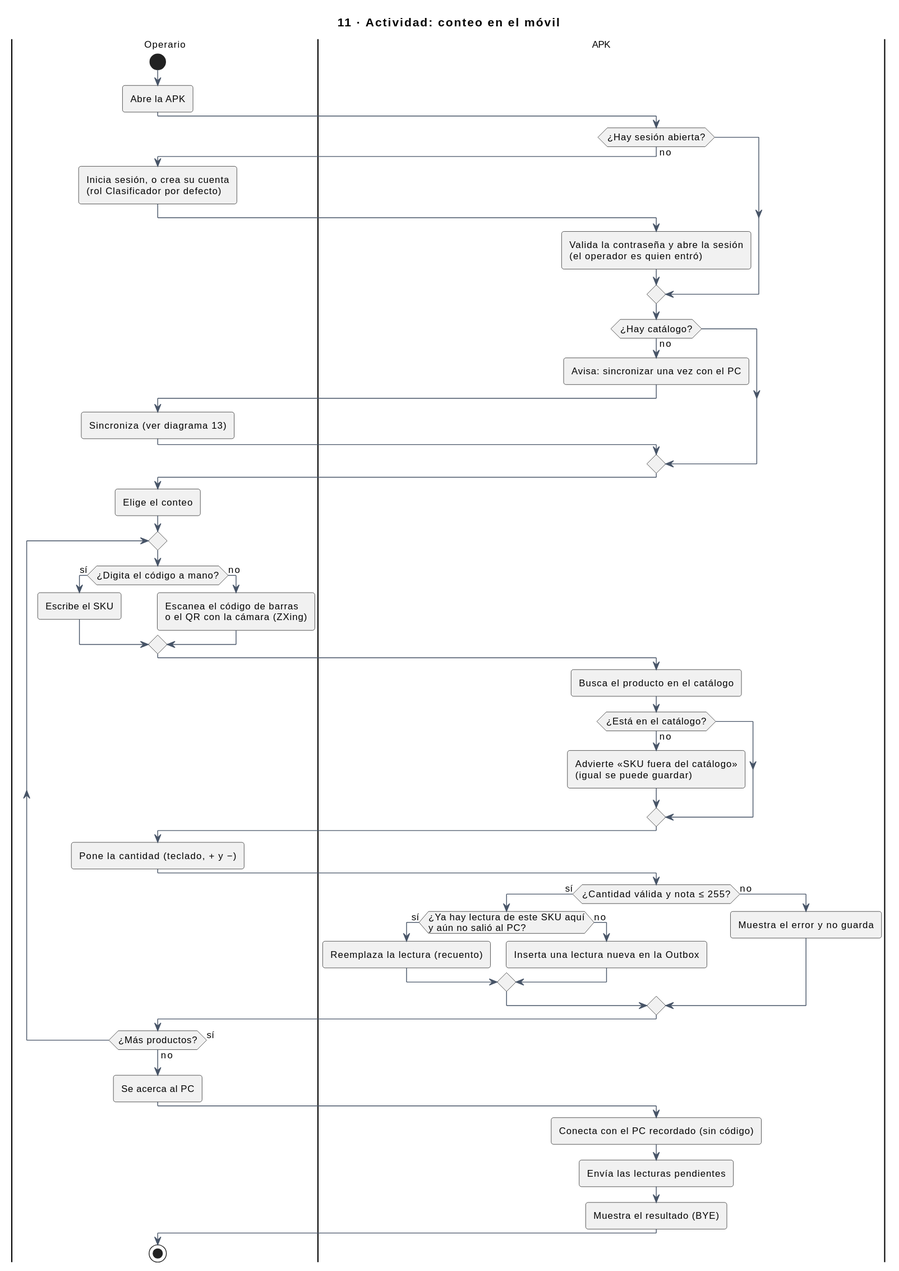
The PlantUML diagram docs/img/uml/11-actividad-conteo-movil.svg in sebas-archive/kardex-bt, before a commit.
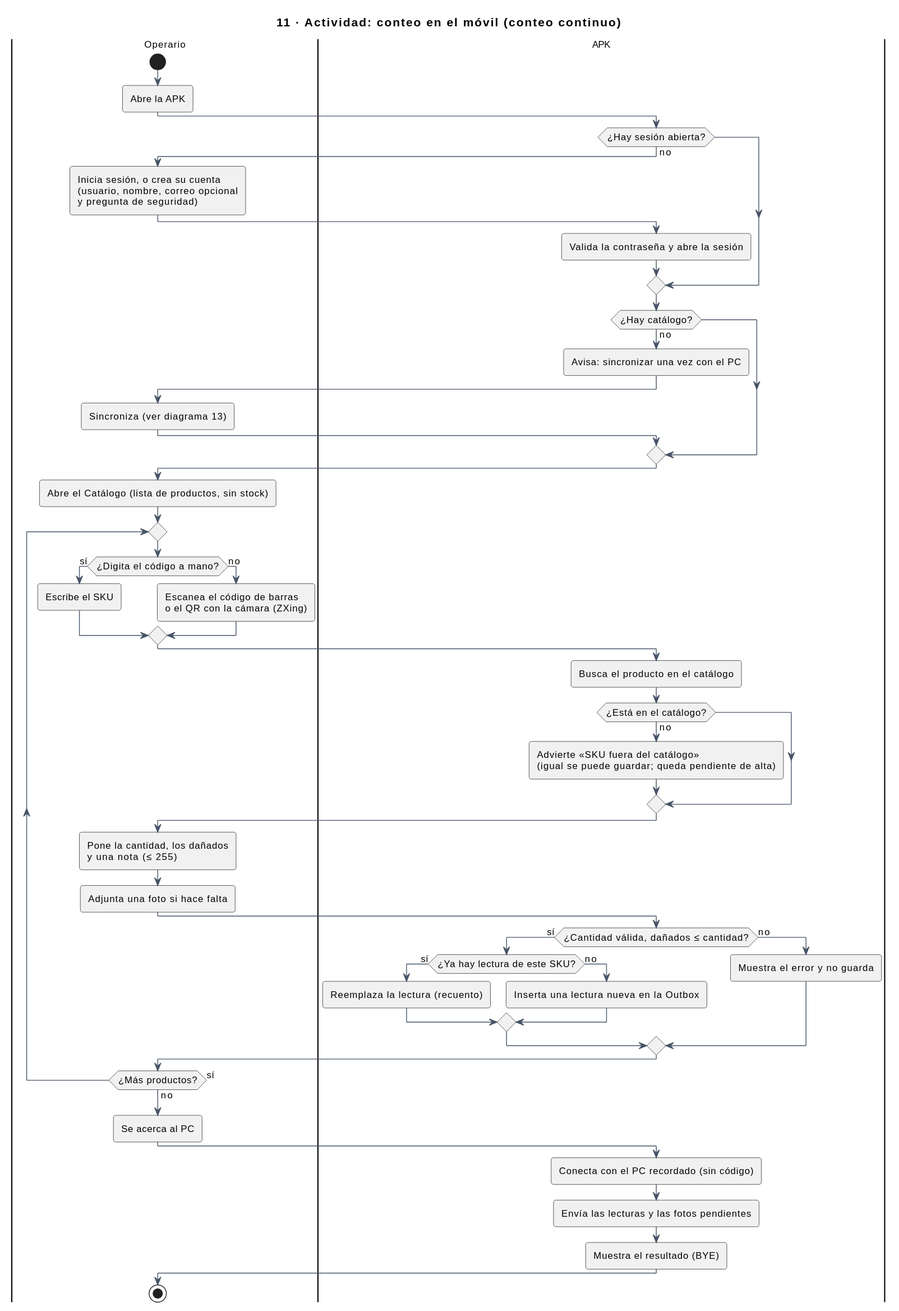
The same file after the commit.

The edit, as a diff of the source:
```diff
@@ -1,15 +1,15 @@
 @startuml
 !include estilo.iuml
-title 11 · Actividad: conteo en el móvil
+title 11 · Actividad: conteo en el móvil (conteo continuo)
 |Operario|
 start
 :Abre la APK;
 |APK|
 if (¿Hay sesión abierta?) then (no)
   |Operario|
-  :Inicia sesión, o crea su cuenta\n(rol Clasificador por defecto);
+  :Inicia sesión, o crea su cuenta\n(usuario, nombre, correo opcional\ny pregunta de seguridad);
   |APK|
-  :Valida la contraseña y abre la sesión\n(el operador es quien entró);
+  :Valida la contraseña y abre la sesión;
 endif
 if (¿Hay catálogo?) then (no)
   :Avisa: sincronizar una vez con el PC;
@@ -18,7 +18,7 @@
   |APK|
 endif
 |Operario|
-:Elige el conteo;
+:Abre el Catálogo (lista de productos, sin stock);
 repeat
   |Operario|
   if (¿Digita el código a mano?) then (sí)
@@ -29,13 +29,14 @@
   |APK|
   :Busca el producto en el catálogo;
   if (¿Está en el catálogo?) then (no)
-    :Advierte «SKU fuera del catálogo»\n(igual se puede guardar);
+    :Advierte «SKU fuera del catálogo»\n(igual se puede guardar; queda pendiente de alta);
   endif
   |Operario|
-  :Pone la cantidad (teclado, + y −);
+  :Pone la cantidad, los dañados\ny una nota (≤ 255);
+  :Adjunta una foto si hace falta;
   |APK|
-  if (¿Cantidad válida y nota ≤ 255?) then (sí)
-    if (¿Ya hay lectura de este SKU aquí\ny aún no salió al PC?) then (sí)
+  if (¿Cantidad válida, dañados ≤ cantidad?) then (sí)
+    if (¿Ya hay lectura de este SKU?) then (sí)
       :Reemplaza la lectura (recuento);
     else (no)
       :Inserta una lectura nueva en la Outbox;
@@ -48,7 +49,7 @@
 :Se acerca al PC;
 |APK|
 :Conecta con el PC recordado (sin código);
-:Envía las lecturas pendientes;
+:Envía las lecturas y las fotos pendientes;
 :Muestra el resultado (BYE);
 |Operario|
 stop
```
